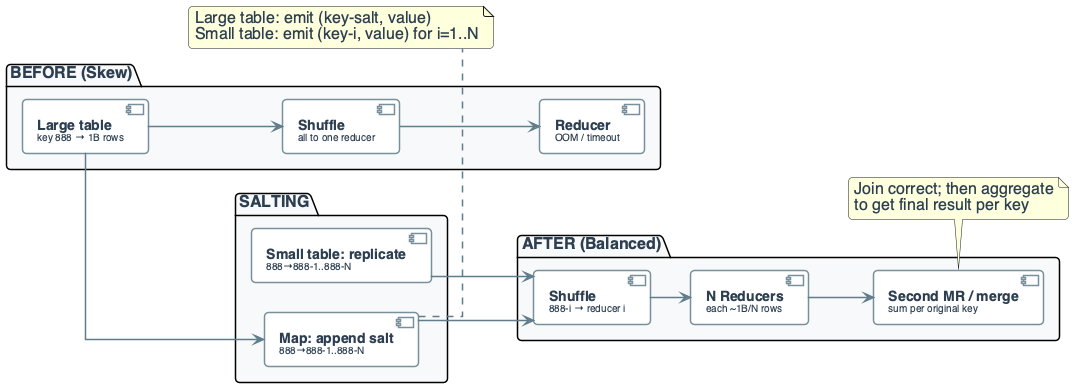
Before: diagrams/week06/week6_practice_slide18_skew_mitigation.png, a diagram exported from PlantUML (OrPerets/data-engineering-course).
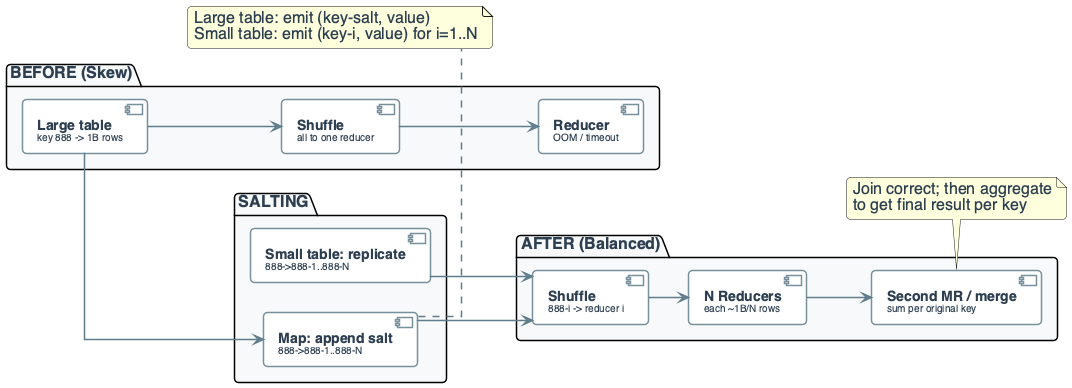
After the commit.

Change to the diagram source:
```diff
@@ -8,7 +8,7 @@
 skinparam nodesep 30
 skinparam ranksep 40
 
-skinparam defaultFontName "Segoe UI", "Helvetica", sans-serif
+skinparam defaultFontName "Segoe UI, Helvetica, sans-serif"
 skinparam defaultFontSize 16
 skinparam defaultFontColor #2C3E50
 
@@ -21,6 +21,7 @@
     FontStyle bold
     Padding 20
 }
+
 skinparam component {
     BackgroundColor #FFFFFF
     BorderColor #78909C
@@ -28,6 +29,7 @@
     FontSize 14
     Padding 12
 }
+
 skinparam database {
     BackgroundColor #ECEFF1
     BorderColor #546E7A
@@ -35,6 +37,7 @@
     FontSize 14
     FontColor #263238
 }
+
 skinparam arrow {
     Color #607D8B
     Thickness 1.5
@@ -42,31 +45,92 @@
     FontColor #546E7A
 }
 
+skinparam component<<UI>> {
+    BorderColor #8E24AA
+    BackgroundColor #F3E5F5
+    FontColor #4A148C
+}
+
 skinparam component<<Agent>> {
     BorderColor #0288D1
     BackgroundColor #E1F5FE
     FontColor #01579B
 }
+
 skinparam component<<Tool>> {
     BorderColor #2E7D32
     BackgroundColor #E8F5E9
     FontColor #1B5E20
 }
 
+skinparam component<<Config>> {
+    BorderColor #F57C00
+    BackgroundColor #FFF3E0
+    FontColor #E65100
+}
+
+skinparam component<<Bad>> {
+    BorderColor #C62828
+    BackgroundColor #FFEBEE
+    FontColor #B71C1C
+}
+
+skinparam component<<V1>> {
+    BorderColor #F57C00
+    BackgroundColor #FFF3E0
+    FontColor #E65100
+}
+
+skinparam component<<V2>> {
+    BorderColor #2E7D32
+    BackgroundColor #E8F5E9
+    FontColor #1B5E20
+}
+
+skinparam component<<up>> {
+    BackgroundColor #E8F5E9
+    BorderColor #2E7D32
+}
+
+skinparam component<<down>> {
+    BackgroundColor #FFEBEE
+    BorderColor #C62828
+}
+
+skinparam database<<up>> {
+    BackgroundColor #E8F5E9
+    BorderColor #2E7D32
+}
+
+skinparam database<<down>> {
+    BackgroundColor #FFEBEE
+    BorderColor #C62828
+}
+
+skinparam component<<success>> {
+    BackgroundColor #E8F5E9
+    BorderColor #2E7D32
+}
+
+skinparam component<<failure>> {
+    BackgroundColor #FFEBEE
+    BorderColor #C62828
+}
+
 
 package "BEFORE (Skew)" #F8F9FA {
-    component "**Large table**\n<size:10>key 888 → 1B rows</size>" as LARGE
+    component "**Large table**\n<size:10>key 888 -> 1B rows</size>" as LARGE
     component "**Shuffle**\n<size:10>all to one reducer</size>" as SHUFFLE1
     component "**Reducer**\n<size:10>OOM / timeout</size>" as REDUCE1
 }
 
 package "SALTING" #F8F9FA {
-    component "**Map: append salt**\n<size:10>888→888-1..888-N</size>" as SALT
-    component "**Small table: replicate**\n<size:10>888→888-1..888-N</size>" as REPL
+    component "**Map: append salt**\n<size:10>888->888-1..888-N</size>" as SALT
+    component "**Small table: replicate**\n<size:10>888->888-1..888-N</size>" as REPL
 }
 
 package "AFTER (Balanced)" #F8F9FA {
-    component "**Shuffle**\n<size:10>888-i → reducer i</size>" as SHUFFLE2
+    component "**Shuffle**\n<size:10>888-i -> reducer i</size>" as SHUFFLE2
     component "**N Reducers**\n<size:10>each ~1B/N rows</size>" as REDUCE2
     component "**Second MR / merge**\n<size:10>sum per original key</size>" as MERGE
 }
```
